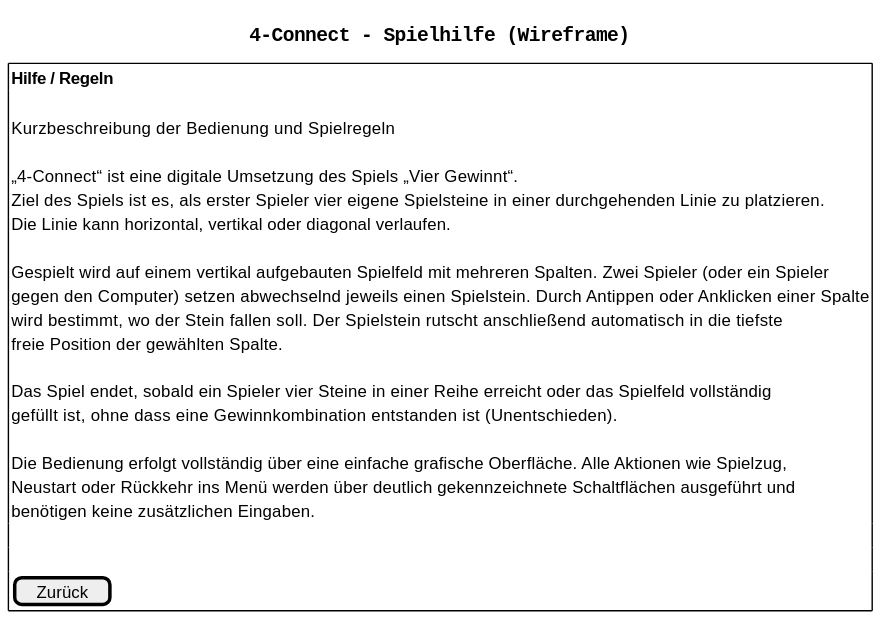
Above: prototyp/Wireframe-05-a_spielhilfe.svg in realLucas01/SEGR11 (PlantUML), before the change. Source of this version:
```plantuml
@startuml
title 4-Connect - Spielhilfe (Wireframe)

skinparam defaultFontName Monospaced

salt
{
  {+
    { **Hilfe / Regeln** }
    .
    {Kurzbeschreibung der Bedienung und Spielregeln
.
    „4-Connect“ ist eine digitale Umsetzung des Spiels „Vier Gewinnt“.
    Ziel des Spiels ist es, als erster Spieler vier eigene Spielsteine in einer durchgehenden Linie zu platzieren.
    Die Linie kann horizontal, vertikal oder diagonal verlaufen.
.
    Gespielt wird auf einem vertikal aufgebauten Spielfeld mit mehreren Spalten. Zwei Spieler (oder ein Spieler
    gegen den Computer) setzen abwechselnd jeweils einen Spielstein. Durch Antippen oder Anklicken einer Spalte
    wird bestimmt, wo der Stein fallen soll. Der Spielstein rutscht anschließend automatisch in die tiefste
    freie Position der gewählten Spalte.
.
    Das Spiel endet, sobald ein Spieler vier Steine in einer Reihe erreicht oder das Spielfeld vollständig
    gefüllt ist, ohne dass eine Gewinnkombination entstanden ist (Unentschieden).
.
    Die Bedienung erfolgt vollständig über eine einfache grafische Oberfläche. Alle Aktionen wie Spielzug,
    Neustart oder Rückkehr ins Menü werden über deutlich gekennzeichnete Schaltflächen ausgeführt und
    benötigen keine zusätzlichen Eingaben.}
    .
    .
    {[ Zurück ]}
  }
}
@enduml
```
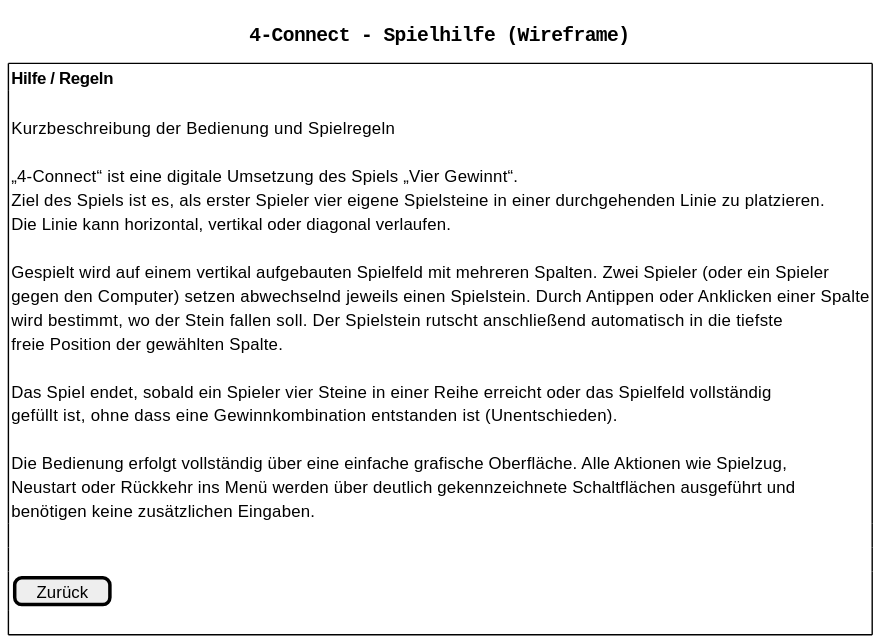
The same diagram one commit later.

What changed in the source:
```diff
@@ -7,7 +7,7 @@
 {
   {+
     { **Hilfe / Regeln** }
-    .
+.
     {Kurzbeschreibung der Bedienung und Spielregeln
 .
     „4-Connect“ ist eine digitale Umsetzung des Spiels „Vier Gewinnt“.
@@ -25,9 +25,10 @@
     Die Bedienung erfolgt vollständig über eine einfache grafische Oberfläche. Alle Aktionen wie Spielzug,
     Neustart oder Rückkehr ins Menü werden über deutlich gekennzeichnete Schaltflächen ausgeführt und
     benötigen keine zusätzlichen Eingaben.}
-    .
-    .
+.
+.
     {[ Zurück ]}
+.
   }
 }
 @enduml
```
